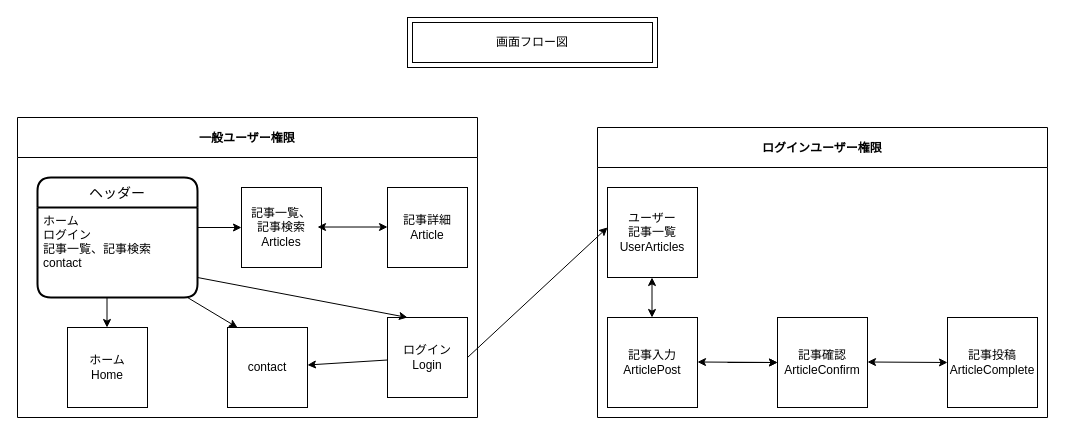
The draw.io diagram flow.drawio in hirohana/technologypost-frontend, before the edit. Source tidied: cells renumbered, new cells numbered last; positions are measured from the earlier drawing's top-left corner, leaving out a move shared by most shapes. Both pictures are drawn from the tidied source at 100%, with x=0, y=0 at pixel (17, 17).
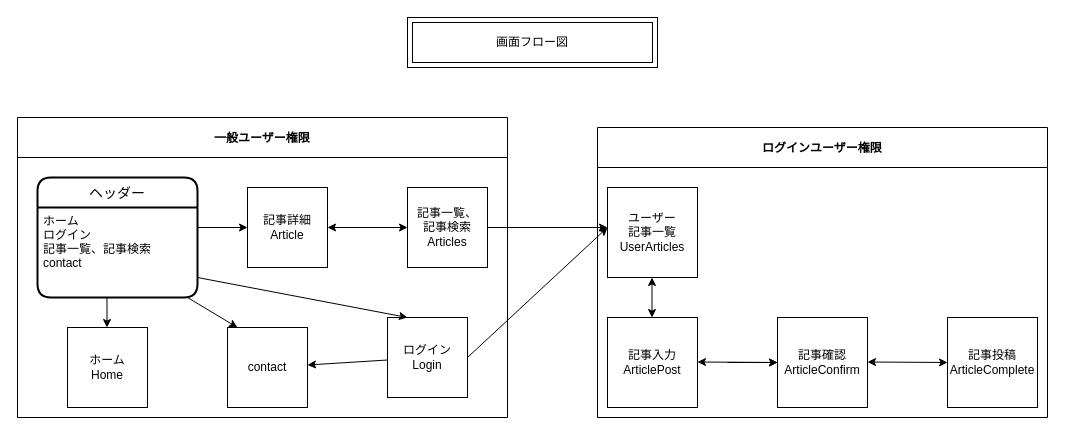
The same diagram, later.

The edit, as a diff of the source:
```diff
@@
     <mxCell id="12" value="一般ユーザー権限" style="swimlane;startSize=40;" parent="1" vertex="1">
-      <mxGeometry y="100" width="460" height="300" as="geometry" />
+      <mxGeometry y="100" width="490" height="300" as="geometry" />
     </mxCell>
@@
-    <mxCell id="17" value="記事一覧、&lt;br&gt;記事検索&lt;br&gt;Articles" style="whiteSpace=wrap;html=1;" parent="12" vertex="1">
-      <mxGeometry x="224" y="70" width="80" height="80" as="geometry" />
-    </mxCell>
     <mxCell id="18" value="記事詳細&lt;br&gt;Article" style="whiteSpace=wrap;html=1;" parent="12" vertex="1">
-      <mxGeometry x="370" y="70" width="80" height="80" as="geometry" />
+      <mxGeometry x="230" y="70" width="80" height="80" as="geometry" />
     </mxCell>
-    <mxCell id="19" style="endArrow=classic;startArrow=classic;html=1;exitX=0.95;exitY=0.494;exitDx=0;exitDy=0;exitPerimeter=0;" parent="12" edge="1" source="17">
-      <mxGeometry relative="1" as="geometry">
-        <mxPoint x="370" y="109.5" as="targetPoint" />
-      </mxGeometry>
-    </mxCell>
-    <mxCell id="20" style="endArrow=classic;html=1;entryX=0;entryY=0.5;entryDx=0;entryDy=0;" parent="12" edge="1" target="17">
+    <mxCell id="20" style="endArrow=classic;html=1;" parent="12" edge="1">
       <mxGeometry relative="1" as="geometry">
         <mxPoint x="180" y="110" as="sourcePoint" />
+        <mxPoint x="230" y="110" as="targetPoint" />
       </mxGeometry>
     </mxCell>
@@
+    <mxCell id="17" value="記事一覧、&lt;br&gt;記事検索&lt;br&gt;Articles" style="whiteSpace=wrap;html=1;" parent="12" vertex="1">
+      <mxGeometry x="390" y="70" width="80" height="80" as="geometry" />
+    </mxCell>
+    <mxCell id="27" style="endArrow=classic;startArrow=classic;html=1;exitX=1;exitY=0.5;exitDx=0;exitDy=0;" parent="12" edge="1" source="18" target="17">
+      <mxGeometry relative="1" as="geometry" />
+    </mxCell>
@@
+    <mxCell id="28" style="endArrow=classic;html=1;" parent="1" edge="1">
+      <mxGeometry relative="1" as="geometry">
+        <mxPoint x="470" y="210" as="sourcePoint" />
+        <mxPoint x="590" y="210" as="targetPoint" />
+      </mxGeometry>
+    </mxCell>
```
